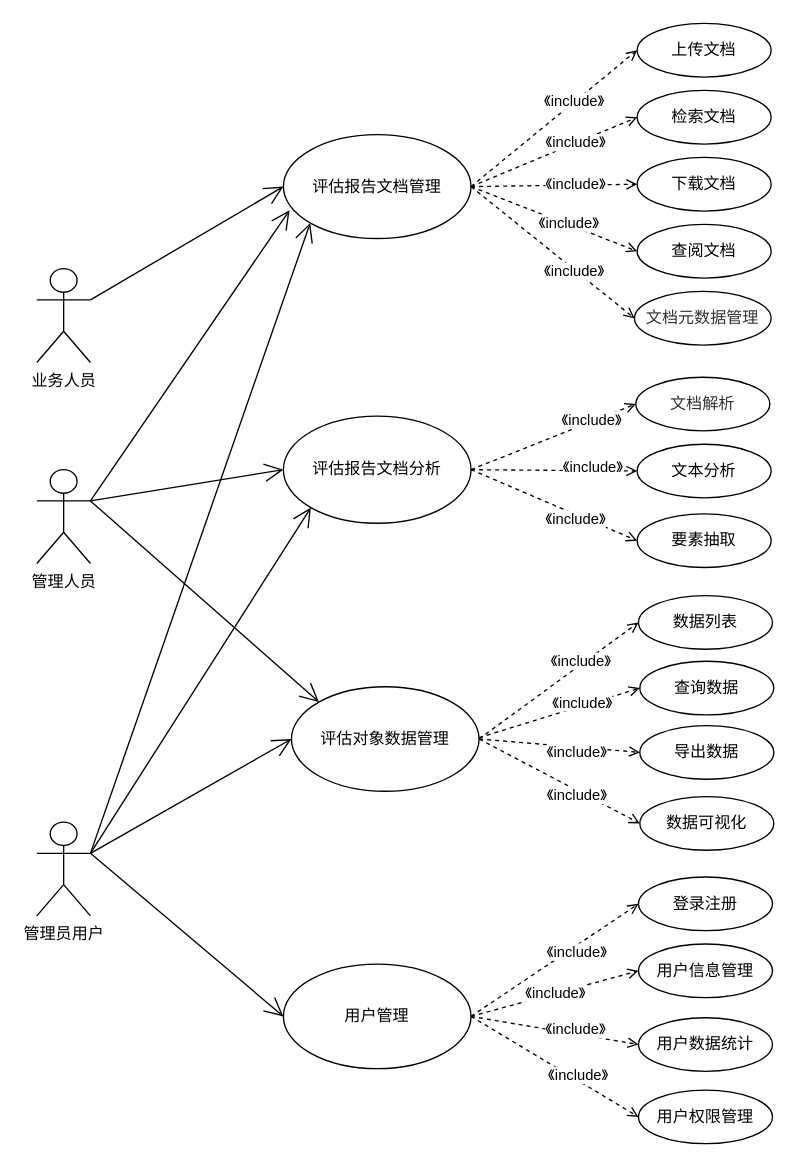
The draw.io diagram user_case.drawio in lang22/DocAI_UML, before the edit. Source tidied: cells renumbered, new cells numbered last; positions are measured from the earlier drawing's top-left corner, leaving out a move shared by most shapes. Both pictures are drawn from the tidied source at 134%, with x=0, y=0 at pixel (36, 23).
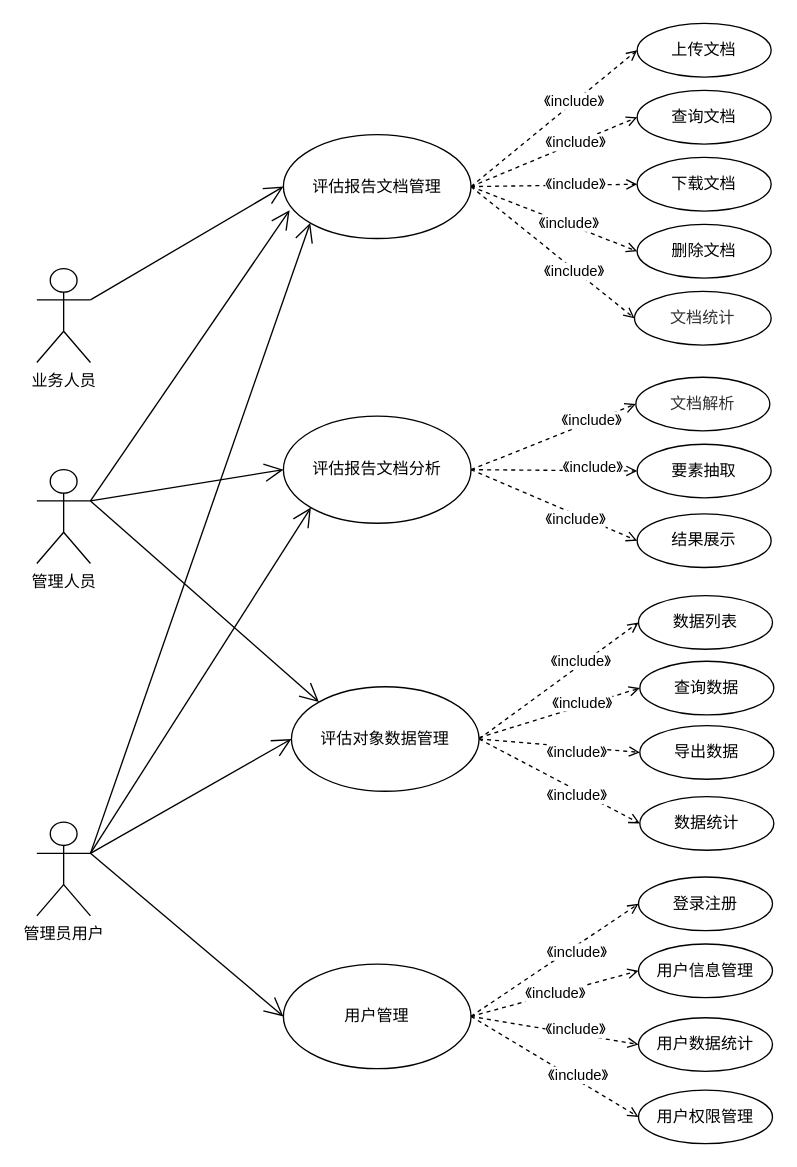
Above is the later version.

What changed in the source:
```diff
@@
-    <mxCell id="27" value="检索文档" style="ellipse;whiteSpace=wrap;html=1;" parent="1" vertex="1">
+    <mxCell id="27" value="查询文档" style="ellipse;whiteSpace=wrap;html=1;" parent="1" vertex="1">
       <mxGeometry x="448" y="50" width="100" height="40" as="geometry" />
     </mxCell>
-    <mxCell id="28" value="要素抽取" style="ellipse;whiteSpace=wrap;html=1;" parent="1" vertex="1">
+    <mxCell id="28" value="结果展示" style="ellipse;whiteSpace=wrap;html=1;" parent="1" vertex="1">
       <mxGeometry x="448" y="366" width="100" height="40" as="geometry" />
     </mxCell>
-    <mxCell id="29" value="&lt;font face=&quot;微软雅黑&quot; color=&quot;#323232&quot;&gt;&lt;span class=&quot;custom-cursor-default-hover&quot; style=&quot;background-color: rgba(255, 255, 255, 0.01);&quot;&gt;文档元数据管理&lt;/span&gt;&lt;/font&gt;" style="ellipse;whiteSpace=wrap;html=1;" parent="1" vertex="1">
+    <mxCell id="29" value="&lt;font face=&quot;微软雅黑&quot; color=&quot;#323232&quot;&gt;&lt;span class=&quot;custom-cursor-default-hover&quot; style=&quot;background-color: rgba(255, 255, 255, 0.01);&quot;&gt;文档统计&lt;/span&gt;&lt;/font&gt;" style="ellipse;whiteSpace=wrap;html=1;" parent="1" vertex="1">
       <mxGeometry x="446" y="200" width="102" height="40" as="geometry" />
     </mxCell>
-    <mxCell id="30" value="文本分析" style="ellipse;whiteSpace=wrap;html=1;" parent="1" vertex="1">
+    <mxCell id="30" value="要素抽取" style="ellipse;whiteSpace=wrap;html=1;" parent="1" vertex="1">
       <mxGeometry x="448" y="314" width="100" height="40" as="geometry" />
     </mxCell>
@@
-    <mxCell id="32" value="查阅文档" style="ellipse;whiteSpace=wrap;html=1;" parent="1" vertex="1">
+    <mxCell id="32" value="删除文档" style="ellipse;whiteSpace=wrap;html=1;" parent="1" vertex="1">
       <mxGeometry x="448" y="150" width="100" height="40" as="geometry" />
     </mxCell>
@@
-    <mxCell id="43" value="数据可视化" style="ellipse;whiteSpace=wrap;html=1;" parent="1" vertex="1">
+    <mxCell id="43" value="数据统计" style="ellipse;whiteSpace=wrap;html=1;" parent="1" vertex="1">
       <mxGeometry x="450" y="577" width="100" height="40" as="geometry" />
     </mxCell>
```
